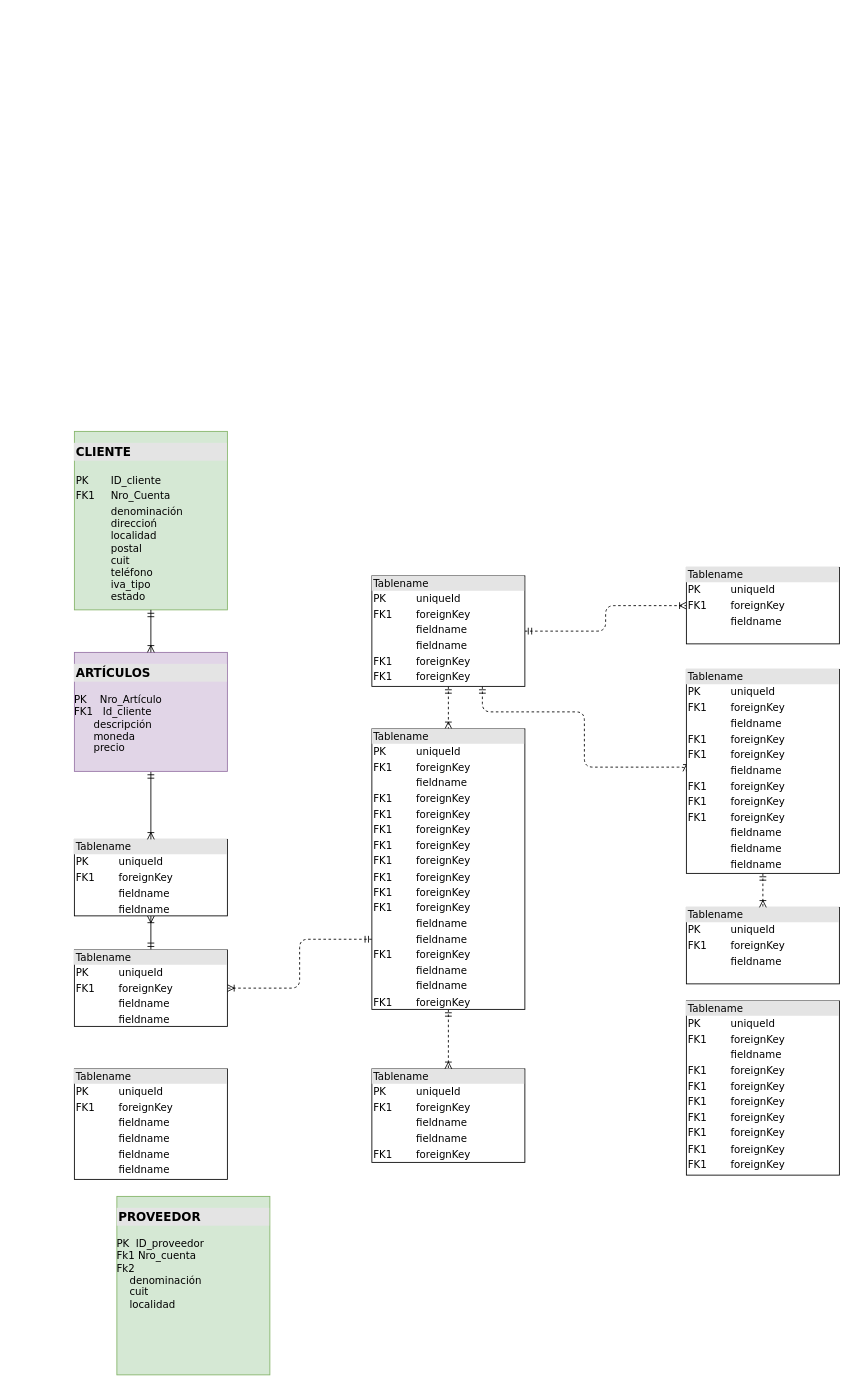
Above: tablas.drawio in nataliaMarzec/sac (draw.io), before the change. Source tidied: cells renumbered, new cells numbered last; positions are measured from the earlier drawing's top-left corner, leaving out a move shared by most shapes. Both pictures are drawn from the tidied source at 85%, with x=0, y=0 at pixel (74, 431).
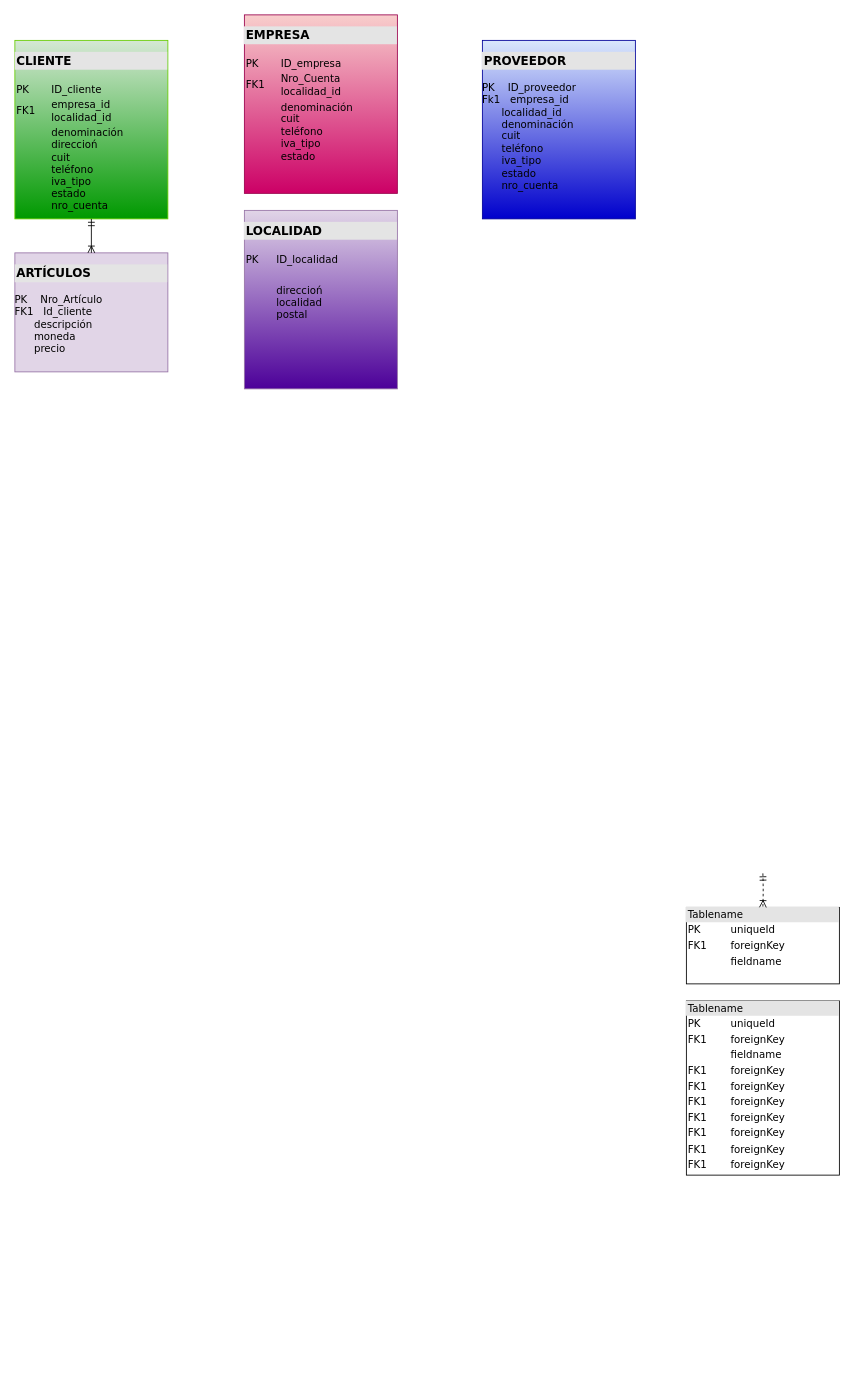
The same diagram, later.

The change refers to these unchanged cells:
```xml
<mxCell id="17" value="&lt;div style=&quot;box-sizing:border-box;width:100%;background:#e4e4e4;padding:2px;&quot;&gt;Tablename&lt;/div&gt;&lt;table style=&quot;width:100%;font-size:1em;&quot; cellpadding=&quot;2&quot; cellspacing=&quot;0&quot;&gt;&lt;tr&gt;&lt;td&gt;PK&lt;/td&gt;&lt;td&gt;uniqueId&lt;/td&gt;&lt;/tr&gt;&lt;tr&gt;&lt;td&gt;FK1&lt;/td&gt;&lt;td&gt;foreignKey&lt;/td&gt;&lt;/tr&gt;&lt;tr&gt;&lt;td&gt;&lt;/td&gt;&lt;td&gt;fieldname&lt;/td&gt;&lt;/tr&gt;&lt;/table&gt;" style="verticalAlign=top;align=left;overflow=fill;html=1;rounded=0;shadow=0;comic=0;labelBackgroundColor=none;strokeWidth=1;fontFamily=Verdana;fontSize=12;" parent="1" vertex="1">
  <mxGeometry x="720" y="560" width="180" height="90" as="geometry" />
</mxCell>
```

The edit, as a diff of the source:
```diff
@@
-    <mxCell id="2" value="&lt;h3 style=&quot;box-sizing: border-box ; width: 100% ; background: #e4e4e4 ; padding: 2px&quot;&gt;CLIENTE&lt;/h3&gt;&lt;table style=&quot;width: 100% ; font-size: 1em&quot; cellpadding=&quot;2&quot; cellspacing=&quot;0&quot;&gt;&lt;tbody&gt;&lt;tr&gt;&lt;td&gt;PK&lt;/td&gt;&lt;td&gt;ID_cliente&lt;/td&gt;&lt;/tr&gt;&lt;tr&gt;&lt;td&gt;FK1&lt;/td&gt;&lt;td&gt;Nro_Cuenta&lt;/td&gt;&lt;/tr&gt;&lt;tr&gt;&lt;td&gt;&lt;/td&gt;&lt;td&gt;denominación&lt;br&gt;direccioń&lt;br&gt;localidad&lt;br&gt;postal&lt;br&gt;cuit&lt;br&gt;teléfono&lt;br&gt;iva_tipo&lt;br&gt;estado&lt;/td&gt;&lt;/tr&gt;&lt;/tbody&gt;&lt;/table&gt;" style="verticalAlign=top;align=left;overflow=fill;html=1;rounded=0;shadow=0;comic=0;labelBackgroundColor=none;strokeWidth=1;fontFamily=Verdana;fontSize=12;fillColor=#d5e8d4;strokeColor=#82b366;" parent="1" vertex="1">
-      <mxGeometry width="180" height="210" as="geometry" />
+    <mxCell id="2" value="&lt;h3 style=&quot;box-sizing: border-box ; width: 100% ; background: #e4e4e4 ; padding: 2px&quot;&gt;CLIENTE&lt;/h3&gt;&lt;table style=&quot;width: 100% ; font-size: 1em&quot; cellpadding=&quot;2&quot; cellspacing=&quot;0&quot;&gt;&lt;tbody&gt;&lt;tr&gt;&lt;td&gt;PK&lt;/td&gt;&lt;td&gt;ID_cliente&lt;/td&gt;&lt;/tr&gt;&lt;tr&gt;&lt;td&gt;FK1&lt;/td&gt;&lt;td&gt;empresa_id&lt;br&gt;localidad_id&lt;/td&gt;&lt;/tr&gt;&lt;tr&gt;&lt;td&gt;&lt;/td&gt;&lt;td&gt;denominación&lt;br&gt;direccioń&lt;br&gt;cuit&lt;br&gt;teléfono&lt;br&gt;iva_tipo&lt;br&gt;estado&lt;br&gt;nro_cuenta&lt;/td&gt;&lt;/tr&gt;&lt;/tbody&gt;&lt;/table&gt;" style="verticalAlign=top;align=left;overflow=fill;html=1;rounded=0;shadow=0;comic=0;labelBackgroundColor=none;strokeWidth=1;fontFamily=Verdana;fontSize=12;fillColor=#d5e8d4;strokeColor=#66CC00;gradientColor=#009900;" parent="1" vertex="1">
+      <mxGeometry x="-70" y="-460" width="180" height="210" as="geometry" />
     </mxCell>
-    <mxCell id="3" style="edgeStyle=orthogonalEdgeStyle;html=1;entryX=0.5;entryY=0;dashed=1;labelBackgroundColor=none;startArrow=ERmandOne;endArrow=ERoneToMany;fontFamily=Verdana;fontSize=12;align=left;" parent="1" edge="1" source="6" target="16">
-      <mxGeometry relative="1" as="geometry" />
-    </mxCell>
-    <mxCell id="4" style="edgeStyle=orthogonalEdgeStyle;html=1;dashed=1;labelBackgroundColor=none;startArrow=ERmandOne;endArrow=ERoneToMany;fontFamily=Verdana;fontSize=12;align=left;entryX=0;entryY=0.5;" parent="1" edge="1" source="6" target="19">
-      <mxGeometry relative="1" as="geometry">
-        <Array as="points">
-          <mxPoint x="480" y="330" />
-          <mxPoint x="600" y="330" />
-          <mxPoint x="600" y="395" />
-        </Array>
-      </mxGeometry>
-    </mxCell>
-    <mxCell id="5" style="edgeStyle=orthogonalEdgeStyle;html=1;dashed=1;labelBackgroundColor=none;startArrow=ERmandOne;endArrow=ERoneToMany;fontFamily=Verdana;fontSize=12;align=left;" parent="1" edge="1" source="6" target="20">
-      <mxGeometry relative="1" as="geometry" />
-    </mxCell>
-    <mxCell id="6" value="&lt;div style=&quot;box-sizing: border-box ; width: 100% ; background: #e4e4e4 ; padding: 2px&quot;&gt;Tablename&lt;/div&gt;&lt;table style=&quot;width: 100% ; font-size: 1em&quot; cellpadding=&quot;2&quot; cellspacing=&quot;0&quot;&gt;&lt;tbody&gt;&lt;tr&gt;&lt;td&gt;PK&lt;/td&gt;&lt;td&gt;uniqueId&lt;/td&gt;&lt;/tr&gt;&lt;tr&gt;&lt;td&gt;FK1&lt;/td&gt;&lt;td&gt;foreignKey&lt;/td&gt;&lt;/tr&gt;&lt;tr&gt;&lt;td&gt;&lt;/td&gt;&lt;td&gt;fieldname&lt;/td&gt;&lt;/tr&gt;&lt;tr&gt;&lt;td&gt;&lt;br&gt;&lt;/td&gt;&lt;td&gt;fieldname&lt;br&gt;&lt;/td&gt;&lt;/tr&gt;&lt;tr&gt;&lt;td&gt;FK1&lt;br&gt;&lt;/td&gt;&lt;td&gt;foreignKey&lt;br&gt;&lt;/td&gt;&lt;/tr&gt;&lt;tr&gt;&lt;td&gt;FK1&lt;br&gt;&lt;/td&gt;&lt;td&gt;foreignKey&lt;br&gt;&lt;/td&gt;&lt;/tr&gt;&lt;/tbody&gt;&lt;/table&gt;" style="verticalAlign=top;align=left;overflow=fill;html=1;rounded=0;shadow=0;comic=0;labelBackgroundColor=none;strokeWidth=1;fontFamily=Verdana;fontSize=12;" parent="1" vertex="1">
-      <mxGeometry x="350" y="170" width="180" height="130" as="geometry" />
-    </mxCell>
-    <mxCell id="7" style="edgeStyle=orthogonalEdgeStyle;html=1;labelBackgroundColor=none;startArrow=ERmandOne;endArrow=ERoneToMany;fontFamily=Verdana;fontSize=12;align=left;" parent="1" edge="1" source="9" target="10">
-      <mxGeometry relative="1" as="geometry" />
-    </mxCell>
-    <mxCell id="8" style="edgeStyle=orthogonalEdgeStyle;html=1;exitX=0;exitY=0.75;entryX=1;entryY=0.5;dashed=1;labelBackgroundColor=none;startArrow=ERmandOne;endArrow=ERoneToMany;fontFamily=Verdana;fontSize=12;align=left;" parent="1" edge="1" source="16" target="9">
-      <mxGeometry relative="1" as="geometry" />
-    </mxCell>
-    <mxCell id="9" value="&lt;div style=&quot;box-sizing: border-box ; width: 100% ; background: #e4e4e4 ; padding: 2px&quot;&gt;Tablename&lt;/div&gt;&lt;table style=&quot;width: 100% ; font-size: 1em&quot; cellpadding=&quot;2&quot; cellspacing=&quot;0&quot;&gt;&lt;tbody&gt;&lt;tr&gt;&lt;td&gt;PK&lt;/td&gt;&lt;td&gt;uniqueId&lt;/td&gt;&lt;/tr&gt;&lt;tr&gt;&lt;td&gt;FK1&lt;/td&gt;&lt;td&gt;foreignKey&lt;/td&gt;&lt;/tr&gt;&lt;tr&gt;&lt;td&gt;&lt;/td&gt;&lt;td&gt;fieldname&lt;/td&gt;&lt;/tr&gt;&lt;tr&gt;&lt;td&gt;&lt;br&gt;&lt;/td&gt;&lt;td&gt;fieldname&lt;br&gt;&lt;/td&gt;&lt;/tr&gt;&lt;/tbody&gt;&lt;/table&gt;" style="verticalAlign=top;align=left;overflow=fill;html=1;rounded=0;shadow=0;comic=0;labelBackgroundColor=none;strokeWidth=1;fontFamily=Verdana;fontSize=12;" parent="1" vertex="1">
-      <mxGeometry y="610" width="180" height="90" as="geometry" />
-    </mxCell>
-    <mxCell id="10" value="&lt;div style=&quot;box-sizing: border-box ; width: 100% ; background: #e4e4e4 ; padding: 2px&quot;&gt;Tablename&lt;/div&gt;&lt;table style=&quot;width: 100% ; font-size: 1em&quot; cellpadding=&quot;2&quot; cellspacing=&quot;0&quot;&gt;&lt;tbody&gt;&lt;tr&gt;&lt;td&gt;PK&lt;/td&gt;&lt;td&gt;uniqueId&lt;/td&gt;&lt;/tr&gt;&lt;tr&gt;&lt;td&gt;FK1&lt;/td&gt;&lt;td&gt;foreignKey&lt;/td&gt;&lt;/tr&gt;&lt;tr&gt;&lt;td&gt;&lt;/td&gt;&lt;td&gt;fieldname&lt;/td&gt;&lt;/tr&gt;&lt;tr&gt;&lt;td&gt;&lt;br&gt;&lt;/td&gt;&lt;td&gt;fieldname&lt;br&gt;&lt;/td&gt;&lt;/tr&gt;&lt;/tbody&gt;&lt;/table&gt;" style="verticalAlign=top;align=left;overflow=fill;html=1;rounded=0;shadow=0;comic=0;labelBackgroundColor=none;strokeWidth=1;fontFamily=Verdana;fontSize=12;" parent="1" vertex="1">
-      <mxGeometry y="480" width="180" height="90" as="geometry" />
-    </mxCell>
-    <mxCell id="11" style="edgeStyle=orthogonalEdgeStyle;html=1;entryX=0.5;entryY=0;labelBackgroundColor=none;startArrow=ERmandOne;endArrow=ERoneToMany;fontFamily=Verdana;fontSize=12;align=left;" parent="1" edge="1" source="12" target="10">
-      <mxGeometry relative="1" as="geometry" />
-    </mxCell>
     <mxCell id="12" value="&lt;h3 style=&quot;box-sizing: border-box ; width: 100% ; background: #e4e4e4 ; padding: 2px&quot;&gt;ARTÍCULOS&lt;/h3&gt;&lt;div&gt;PK&amp;nbsp; &amp;nbsp; Nro_Artículo&lt;/div&gt;&lt;div&gt;FK1&amp;nbsp; &amp;nbsp;Id_cliente&lt;/div&gt;&lt;div&gt;&amp;nbsp; &amp;nbsp; &amp;nbsp; descripción&lt;/div&gt;&lt;div&gt;&amp;nbsp; &amp;nbsp; &amp;nbsp; moneda&lt;/div&gt;&lt;div&gt;&amp;nbsp; &amp;nbsp; &amp;nbsp; precio&lt;/div&gt;&lt;div&gt;&lt;br&gt;&lt;/div&gt;" style="verticalAlign=top;align=left;overflow=fill;html=1;rounded=0;shadow=0;comic=0;labelBackgroundColor=none;strokeWidth=1;fontFamily=Verdana;fontSize=12;fillColor=#e1d5e7;strokeColor=#9673a6;" parent="1" vertex="1">
-      <mxGeometry y="260" width="180" height="140" as="geometry" />
+      <mxGeometry x="-70" y="-210" width="180" height="140" as="geometry" />
     </mxCell>
@@
-    <mxCell id="14" value="&lt;div style=&quot;box-sizing: border-box ; width: 100% ; background: #e4e4e4 ; padding: 2px&quot;&gt;Tablename&lt;/div&gt;&lt;table style=&quot;width: 100% ; font-size: 1em&quot; cellpadding=&quot;2&quot; cellspacing=&quot;0&quot;&gt;&lt;tbody&gt;&lt;tr&gt;&lt;td&gt;PK&lt;/td&gt;&lt;td&gt;uniqueId&lt;/td&gt;&lt;/tr&gt;&lt;tr&gt;&lt;td&gt;FK1&lt;/td&gt;&lt;td&gt;foreignKey&lt;/td&gt;&lt;/tr&gt;&lt;tr&gt;&lt;td&gt;&lt;/td&gt;&lt;td&gt;fieldname&lt;/td&gt;&lt;/tr&gt;&lt;tr&gt;&lt;td&gt;&lt;br&gt;&lt;/td&gt;&lt;td&gt;fieldname&lt;br&gt;&lt;/td&gt;&lt;/tr&gt;&lt;tr&gt;&lt;td&gt;FK1&lt;br&gt;&lt;/td&gt;&lt;td&gt;foreignKey&lt;br&gt;&lt;/td&gt;&lt;/tr&gt;&lt;/tbody&gt;&lt;/table&gt;" style="verticalAlign=top;align=left;overflow=fill;html=1;rounded=0;shadow=0;comic=0;labelBackgroundColor=none;strokeWidth=1;fontFamily=Verdana;fontSize=12;" parent="1" vertex="1">
-      <mxGeometry x="350" y="750" width="180" height="110" as="geometry" />
-    </mxCell>
-    <mxCell id="15" style="edgeStyle=orthogonalEdgeStyle;html=1;entryX=0.5;entryY=0;labelBackgroundColor=none;startArrow=ERmandOne;endArrow=ERoneToMany;fontFamily=Verdana;fontSize=12;align=left;dashed=1;" parent="1" edge="1" source="16" target="14">
-      <mxGeometry relative="1" as="geometry" />
-    </mxCell>
-    <mxCell id="16" value="&lt;div style=&quot;box-sizing: border-box ; width: 100% ; background: #e4e4e4 ; padding: 2px&quot;&gt;Tablename&lt;/div&gt;&lt;table style=&quot;width: 100% ; font-size: 1em&quot; cellpadding=&quot;2&quot; cellspacing=&quot;0&quot;&gt;&lt;tbody&gt;&lt;tr&gt;&lt;td&gt;PK&lt;/td&gt;&lt;td&gt;uniqueId&lt;/td&gt;&lt;/tr&gt;&lt;tr&gt;&lt;td&gt;FK1&lt;/td&gt;&lt;td&gt;foreignKey&lt;/td&gt;&lt;/tr&gt;&lt;tr&gt;&lt;td&gt;&lt;/td&gt;&lt;td&gt;fieldname&lt;/td&gt;&lt;/tr&gt;&lt;tr&gt;&lt;td&gt;FK1&lt;br&gt;&lt;/td&gt;&lt;td&gt;foreignKey&lt;br&gt;&lt;/td&gt;&lt;/tr&gt;&lt;tr&gt;&lt;td&gt;FK1&lt;br&gt;&lt;/td&gt;&lt;td&gt;foreignKey&lt;br&gt;&lt;/td&gt;&lt;/tr&gt;&lt;tr&gt;&lt;td&gt;FK1&lt;br&gt;&lt;/td&gt;&lt;td&gt;foreignKey&lt;br&gt;&lt;/td&gt;&lt;/tr&gt;&lt;tr&gt;&lt;td&gt;FK1&lt;br&gt;&lt;/td&gt;&lt;td&gt;foreignKey&lt;br&gt;&lt;/td&gt;&lt;/tr&gt;&lt;tr&gt;&lt;td&gt;FK1&lt;br&gt;&lt;/td&gt;&lt;td&gt;foreignKey&lt;br&gt;&lt;/td&gt;&lt;/tr&gt;&lt;tr&gt;&lt;td&gt;FK1&lt;br&gt;&lt;/td&gt;&lt;td&gt;foreignKey&lt;br&gt;&lt;/td&gt;&lt;/tr&gt;&lt;tr&gt;&lt;td&gt;FK1&lt;br&gt;&lt;/td&gt;&lt;td&gt;foreignKey&lt;br&gt;&lt;/td&gt;&lt;/tr&gt;&lt;tr&gt;&lt;td&gt;FK1&lt;br&gt;&lt;/td&gt;&lt;td&gt;foreignKey&lt;br&gt;&lt;/td&gt;&lt;/tr&gt;&lt;tr&gt;&lt;td&gt;&lt;br&gt;&lt;/td&gt;&lt;td&gt;fieldname&lt;br&gt;&lt;/td&gt;&lt;/tr&gt;&lt;tr&gt;&lt;td&gt;&lt;br&gt;&lt;/td&gt;&lt;td&gt;fieldname&lt;br&gt;&lt;/td&gt;&lt;/tr&gt;&lt;tr&gt;&lt;td&gt;FK1&lt;br&gt;&lt;/td&gt;&lt;td&gt;foreignKey&lt;br&gt;&lt;/td&gt;&lt;/tr&gt;&lt;tr&gt;&lt;td&gt;&lt;br&gt;&lt;/td&gt;&lt;td&gt;fieldname&lt;br&gt;&lt;/td&gt;&lt;/tr&gt;&lt;tr&gt;&lt;td&gt;&lt;br&gt;&lt;/td&gt;&lt;td&gt;fieldname&lt;br&gt;&lt;/td&gt;&lt;/tr&gt;&lt;tr&gt;&lt;td&gt;FK1&lt;br&gt;&lt;/td&gt;&lt;td&gt;foreignKey&lt;br&gt;&lt;/td&gt;&lt;/tr&gt;&lt;/tbody&gt;&lt;/table&gt;" style="verticalAlign=top;align=left;overflow=fill;html=1;rounded=0;shadow=0;comic=0;labelBackgroundColor=none;strokeWidth=1;fontFamily=Verdana;fontSize=12;" parent="1" vertex="1">
-      <mxGeometry x="350" y="350" width="180" height="330" as="geometry" />
-    </mxCell>
@@
-    <mxCell id="18" style="edgeStyle=orthogonalEdgeStyle;html=1;entryX=0.5;entryY=0;dashed=1;labelBackgroundColor=none;startArrow=ERmandOne;endArrow=ERoneToMany;fontFamily=Verdana;fontSize=12;align=left;" parent="1" edge="1" source="19" target="17">
-      <mxGeometry relative="1" as="geometry" />
+    <mxCell id="18" style="edgeStyle=orthogonalEdgeStyle;html=1;entryX=0.5;entryY=0;dashed=1;labelBackgroundColor=none;startArrow=ERmandOne;endArrow=ERoneToMany;fontFamily=Verdana;fontSize=12;align=left;" parent="1" edge="1" target="17">
+      <mxGeometry relative="1" as="geometry">
+        <mxPoint x="810" y="520" as="sourcePoint" />
+      </mxGeometry>
     </mxCell>
-    <mxCell id="19" value="&lt;div style=&quot;box-sizing: border-box ; width: 100% ; background: #e4e4e4 ; padding: 2px&quot;&gt;Tablename&lt;/div&gt;&lt;table style=&quot;width: 100% ; font-size: 1em&quot; cellpadding=&quot;2&quot; cellspacing=&quot;0&quot;&gt;&lt;tbody&gt;&lt;tr&gt;&lt;td&gt;PK&lt;/td&gt;&lt;td&gt;uniqueId&lt;/td&gt;&lt;/tr&gt;&lt;tr&gt;&lt;td&gt;FK1&lt;/td&gt;&lt;td&gt;foreignKey&lt;/td&gt;&lt;/tr&gt;&lt;tr&gt;&lt;td&gt;&lt;/td&gt;&lt;td&gt;fieldname&lt;/td&gt;&lt;/tr&gt;&lt;tr&gt;&lt;td&gt;FK1&lt;br&gt;&lt;/td&gt;&lt;td&gt;foreignKey&lt;br&gt;&lt;/td&gt;&lt;/tr&gt;&lt;tr&gt;&lt;td&gt;FK1&lt;br&gt;&lt;/td&gt;&lt;td&gt;foreignKey&lt;br&gt;&lt;/td&gt;&lt;/tr&gt;&lt;tr&gt;&lt;td&gt;&lt;br&gt;&lt;/td&gt;&lt;td&gt;fieldname&lt;br&gt;&lt;/td&gt;&lt;/tr&gt;&lt;tr&gt;&lt;td&gt;FK1&lt;br&gt;&lt;/td&gt;&lt;td&gt;foreignKey&lt;br&gt;&lt;/td&gt;&lt;/tr&gt;&lt;tr&gt;&lt;td&gt;FK1&lt;br&gt;&lt;/td&gt;&lt;td&gt;foreignKey&lt;br&gt;&lt;/td&gt;&lt;/tr&gt;&lt;tr&gt;&lt;td&gt;FK1&lt;br&gt;&lt;/td&gt;&lt;td&gt;foreignKey&lt;br&gt;&lt;/td&gt;&lt;/tr&gt;&lt;tr&gt;&lt;td&gt;&lt;br&gt;&lt;/td&gt;&lt;td&gt;fieldname&lt;br&gt;&lt;/td&gt;&lt;/tr&gt;&lt;tr&gt;&lt;td&gt;&lt;br&gt;&lt;/td&gt;&lt;td&gt;fieldname&lt;br&gt;&lt;/td&gt;&lt;/tr&gt;&lt;tr&gt;&lt;td&gt;&lt;br&gt;&lt;/td&gt;&lt;td&gt;fieldname&lt;br&gt;&lt;/td&gt;&lt;/tr&gt;&lt;/tbody&gt;&lt;/table&gt;" style="verticalAlign=top;align=left;overflow=fill;html=1;rounded=0;shadow=0;comic=0;labelBackgroundColor=none;strokeWidth=1;fontFamily=Verdana;fontSize=12;" parent="1" vertex="1">
-      <mxGeometry x="720" y="280" width="180" height="240" as="geometry" />
-    </mxCell>
-    <mxCell id="20" value="&lt;div style=&quot;box-sizing:border-box;width:100%;background:#e4e4e4;padding:2px;&quot;&gt;Tablename&lt;/div&gt;&lt;table style=&quot;width:100%;font-size:1em;&quot; cellpadding=&quot;2&quot; cellspacing=&quot;0&quot;&gt;&lt;tr&gt;&lt;td&gt;PK&lt;/td&gt;&lt;td&gt;uniqueId&lt;/td&gt;&lt;/tr&gt;&lt;tr&gt;&lt;td&gt;FK1&lt;/td&gt;&lt;td&gt;foreignKey&lt;/td&gt;&lt;/tr&gt;&lt;tr&gt;&lt;td&gt;&lt;/td&gt;&lt;td&gt;fieldname&lt;/td&gt;&lt;/tr&gt;&lt;/table&gt;" style="verticalAlign=top;align=left;overflow=fill;html=1;rounded=0;shadow=0;comic=0;labelBackgroundColor=none;strokeWidth=1;fontFamily=Verdana;fontSize=12;" parent="1" vertex="1">
-      <mxGeometry x="720" y="160" width="180" height="90" as="geometry" />
-    </mxCell>
-    <mxCell id="21" value="&lt;div style=&quot;box-sizing: border-box ; width: 100% ; background: #e4e4e4 ; padding: 2px&quot;&gt;Tablename&lt;/div&gt;&lt;table style=&quot;width: 100% ; font-size: 1em&quot; cellpadding=&quot;2&quot; cellspacing=&quot;0&quot;&gt;&lt;tbody&gt;&lt;tr&gt;&lt;td&gt;PK&lt;/td&gt;&lt;td&gt;uniqueId&lt;/td&gt;&lt;/tr&gt;&lt;tr&gt;&lt;td&gt;FK1&lt;/td&gt;&lt;td&gt;foreignKey&lt;/td&gt;&lt;/tr&gt;&lt;tr&gt;&lt;td&gt;&lt;/td&gt;&lt;td&gt;fieldname&lt;/td&gt;&lt;/tr&gt;&lt;tr&gt;&lt;td&gt;&lt;br&gt;&lt;/td&gt;&lt;td&gt;fieldname&lt;br&gt;&lt;/td&gt;&lt;/tr&gt;&lt;tr&gt;&lt;td&gt;&lt;br&gt;&lt;/td&gt;&lt;td&gt;fieldname&lt;br&gt;&lt;/td&gt;&lt;/tr&gt;&lt;tr&gt;&lt;td&gt;&lt;br&gt;&lt;/td&gt;&lt;td&gt;fieldname&lt;br&gt;&lt;/td&gt;&lt;/tr&gt;&lt;/tbody&gt;&lt;/table&gt;" style="verticalAlign=top;align=left;overflow=fill;html=1;rounded=0;shadow=0;comic=0;labelBackgroundColor=none;strokeWidth=1;fontFamily=Verdana;fontSize=12;" parent="1" vertex="1">
-      <mxGeometry y="750" width="180" height="130" as="geometry" />
-    </mxCell>
@@
-    <mxCell id="23" value="&lt;h3 style=&quot;box-sizing: border-box ; width: 100% ; background: #e4e4e4 ; padding: 2px&quot;&gt;PROVEEDOR&lt;/h3&gt;&lt;div&gt;PK&amp;nbsp; ID_proveedor&lt;/div&gt;&lt;div&gt;Fk1 Nro_cuenta&lt;/div&gt;&lt;div&gt;Fk2&lt;/div&gt;&lt;div&gt;&amp;nbsp; &amp;nbsp; denominación&lt;/div&gt;&lt;div&gt;&amp;nbsp; &amp;nbsp; cuit&lt;/div&gt;&lt;div&gt;&amp;nbsp; &amp;nbsp; localidad&lt;/div&gt;&lt;div&gt;&amp;nbsp; &amp;nbsp;&amp;nbsp;&lt;/div&gt;" style="verticalAlign=top;align=left;overflow=fill;html=1;rounded=0;shadow=0;comic=0;labelBackgroundColor=none;strokeWidth=1;fontFamily=Verdana;fontSize=12;fillColor=#d5e8d4;strokeColor=#82b366;" parent="1" vertex="1">
-      <mxGeometry x="50" y="900" width="180" height="210" as="geometry" />
+    <mxCell id="23" value="&lt;h3 style=&quot;box-sizing: border-box ; width: 100% ; background: #e4e4e4 ; padding: 2px&quot;&gt;PROVEEDOR&lt;/h3&gt;&lt;div&gt;PK&amp;nbsp; &amp;nbsp; ID_proveedor&lt;/div&gt;&lt;div&gt;Fk1&amp;nbsp; &amp;nbsp;empresa_id&lt;/div&gt;&lt;div&gt;&amp;nbsp; &amp;nbsp; &amp;nbsp; localidad_id&lt;/div&gt;&lt;div&gt;&amp;nbsp; &amp;nbsp; &amp;nbsp; denominación&lt;/div&gt;&lt;div&gt;&amp;nbsp; &amp;nbsp; &amp;nbsp; cuit&lt;/div&gt;&lt;div&gt;&amp;nbsp; &amp;nbsp; &amp;nbsp; teléfono&lt;/div&gt;&lt;div&gt;&amp;nbsp; &amp;nbsp; &amp;nbsp; iva_tipo&lt;/div&gt;&lt;div&gt;&amp;nbsp; &amp;nbsp; &amp;nbsp; estado&lt;/div&gt;&lt;div&gt;&amp;nbsp; &amp;nbsp; &amp;nbsp; nro_cuenta&lt;/div&gt;&lt;div&gt;&amp;nbsp; &amp;nbsp;&amp;nbsp;&lt;/div&gt;" style="verticalAlign=top;align=left;overflow=fill;html=1;rounded=0;shadow=0;comic=0;labelBackgroundColor=none;strokeWidth=1;fontFamily=Verdana;fontSize=12;fillColor=#dae8fc;strokeColor=#000099;gradientColor=#0000CC;" parent="1" vertex="1">
+      <mxGeometry x="480" y="-460" width="180" height="210" as="geometry" />
     </mxCell>
+    <mxCell id="24" value="&lt;h3 style=&quot;box-sizing: border-box ; width: 100% ; background: #e4e4e4 ; padding: 2px&quot;&gt;EMPRESA&lt;/h3&gt;&lt;table style=&quot;width: 100% ; font-size: 1em&quot; cellpadding=&quot;2&quot; cellspacing=&quot;0&quot;&gt;&lt;tbody&gt;&lt;tr&gt;&lt;td&gt;PK&lt;/td&gt;&lt;td&gt;ID_empresa&lt;/td&gt;&lt;/tr&gt;&lt;tr&gt;&lt;td&gt;FK1&lt;/td&gt;&lt;td&gt;Nro_Cuenta&lt;br&gt;localidad_id&lt;/td&gt;&lt;/tr&gt;&lt;tr&gt;&lt;td&gt;&lt;/td&gt;&lt;td&gt;denominación&lt;br&gt;cuit&lt;br&gt;teléfono&lt;br&gt;iva_tipo&lt;br&gt;estado&lt;/td&gt;&lt;/tr&gt;&lt;/tbody&gt;&lt;/table&gt;" style="verticalAlign=top;align=left;overflow=fill;html=1;rounded=0;shadow=0;comic=0;labelBackgroundColor=none;strokeWidth=1;fontFamily=Verdana;fontSize=12;fillColor=#f8cecc;strokeColor=#99004D;gradientColor=#CC0066;" parent="1" vertex="1">
+      <mxGeometry x="200" y="-490" width="180" height="210" as="geometry" />
+    </mxCell>
+    <mxCell id="25" value="&lt;h3 style=&quot;box-sizing: border-box ; width: 100% ; background: #e4e4e4 ; padding: 2px&quot;&gt;LOCALIDAD&lt;/h3&gt;&lt;table style=&quot;width: 100% ; font-size: 1em&quot; cellpadding=&quot;2&quot; cellspacing=&quot;0&quot;&gt;&lt;tbody&gt;&lt;tr&gt;&lt;td&gt;PK&lt;/td&gt;&lt;td&gt;ID_localidad&lt;/td&gt;&lt;/tr&gt;&lt;tr&gt;&lt;td&gt;&lt;br&gt;&lt;/td&gt;&lt;td&gt;&lt;br&gt;&lt;/td&gt;&lt;/tr&gt;&lt;tr&gt;&lt;td&gt;&lt;/td&gt;&lt;td&gt;direccioń&lt;br&gt;localidad&lt;br&gt;postal&lt;br&gt;&lt;/td&gt;&lt;/tr&gt;&lt;/tbody&gt;&lt;/table&gt;" style="verticalAlign=top;align=left;overflow=fill;html=1;rounded=0;shadow=0;comic=0;labelBackgroundColor=none;strokeWidth=1;fontFamily=Verdana;fontSize=12;fillColor=#e1d5e7;strokeColor=#9673a6;gradientColor=#4C0099;" parent="1" vertex="1">
+      <mxGeometry x="200" y="-260" width="180" height="210" as="geometry" />
+    </mxCell>
```
